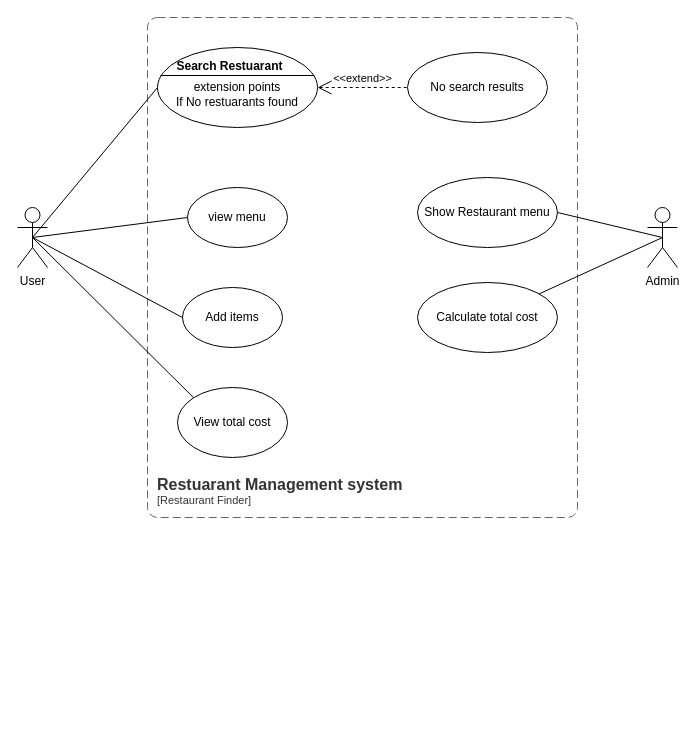
Before: Copy of UseCaseDiagram.drawio in upgrad-edu/Courses, a draw.io diagram. Source tidied: cells renumbered, new cells numbered last; positions are measured from the earlier drawing's top-left corner, leaving out a move shared by most shapes. Both pictures are drawn from the tidied source at 100%, with x=0, y=0 at pixel (17, 17).
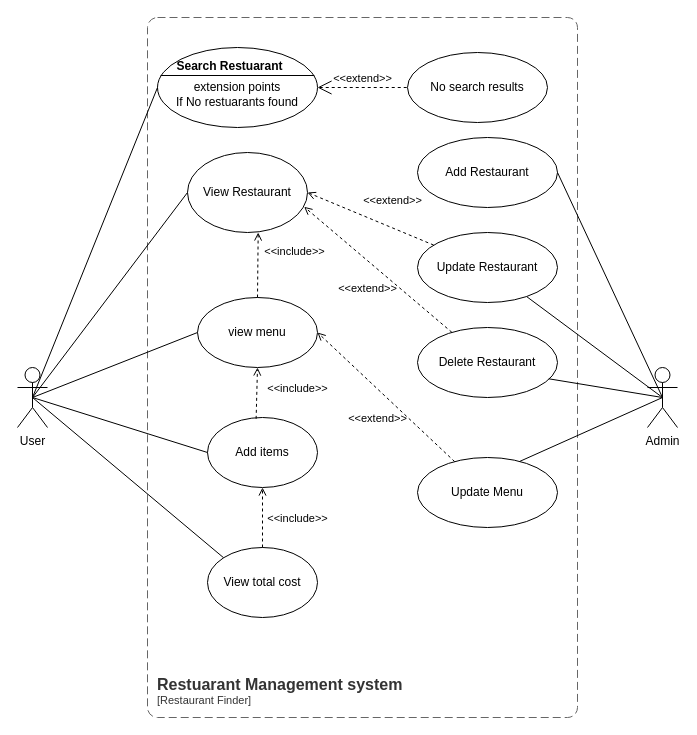
After the change.

Diff of the diagram source:
```diff
@@
     <mxCell id="2" value="User" style="shape=umlActor;html=1;verticalLabelPosition=bottom;verticalAlign=top;align=center;" parent="1" vertex="1">
-      <mxGeometry y="190" width="30" height="60" as="geometry" />
+      <mxGeometry y="350" width="30" height="60" as="geometry" />
     </mxCell>
     <mxCell id="3" value="view menu" style="ellipse;whiteSpace=wrap;html=1;" parent="1" vertex="1">
-      <mxGeometry x="170" y="170" width="100" height="60" as="geometry" />
+      <mxGeometry x="180" y="280" width="120" height="70" as="geometry" />
     </mxCell>
     <mxCell id="4" value="Add items" style="ellipse;whiteSpace=wrap;html=1;" parent="1" vertex="1">
-      <mxGeometry x="165" y="270" width="100" height="60" as="geometry" />
+      <mxGeometry x="190" y="400" width="110" height="70" as="geometry" />
     </mxCell>
-    <mxCell id="5" value="Calculate total cost" style="ellipse;whiteSpace=wrap;html=1;" parent="1" vertex="1">
-      <mxGeometry x="400" y="265" width="140" height="70" as="geometry" />
+    <mxCell id="5" value="Update Restaurant" style="ellipse;whiteSpace=wrap;html=1;" parent="1" vertex="1">
+      <mxGeometry x="400" y="215" width="140" height="70" as="geometry" />
     </mxCell>
     <mxCell id="6" value="View total cost" style="ellipse;whiteSpace=wrap;html=1;" parent="1" vertex="1">
-      <mxGeometry x="160" y="370" width="110" height="70" as="geometry" />
+      <mxGeometry x="190" y="530" width="110" height="70" as="geometry" />
     </mxCell>
     <mxCell id="7" value="Admin" style="shape=umlActor;html=1;verticalLabelPosition=bottom;verticalAlign=top;align=center;" parent="1" vertex="1">
-      <mxGeometry x="630" y="190" width="30" height="60" as="geometry" />
+      <mxGeometry x="630" y="350" width="30" height="60" as="geometry" />
     </mxCell>
-    <mxCell id="8" value="Show Restaurant menu" style="ellipse;whiteSpace=wrap;html=1;" parent="1" vertex="1">
-      <mxGeometry x="400" y="160" width="140" height="70" as="geometry" />
+    <mxCell id="8" value="Add Restaurant" style="ellipse;whiteSpace=wrap;html=1;" parent="1" vertex="1">
+      <mxGeometry x="400" y="120" width="140" height="70" as="geometry" />
     </mxCell>
@@
     <object id="13" label="&lt;font style=&quot;font-size: 16px&quot;&gt;&lt;b&gt;&lt;div style=&quot;text-align: left&quot;&gt;%c4Name%&lt;/div&gt;&lt;/b&gt;&lt;/font&gt;&lt;div style=&quot;text-align: left&quot;&gt;[%c4Application%]&lt;/div&gt;" c4Application="Restaurant Finder" c4Name="Restuarant Management system" placeholders="1">
       <mxCell style="rounded=1;fontSize=11;whiteSpace=wrap;html=1;dashed=1;arcSize=20;fillColor=none;strokeColor=#666666;fontColor=#333333;labelBackgroundColor=none;align=left;verticalAlign=bottom;labelBorderColor=none;spacingTop=0;spacing=10;dashPattern=8 4;perimeter=rectanglePerimeter;noLabel=0;labelPadding=0;absoluteArcSize=1;" parent="1" vertex="1">
-        <mxGeometry x="130" width="430" height="500" as="geometry" />
+        <mxGeometry x="130" width="430" height="700" as="geometry" />
       </mxCell>
     </object>
@@
+    <mxCell id="20" value="View Restaurant" style="ellipse;whiteSpace=wrap;html=1;" parent="1" vertex="1">
+      <mxGeometry x="170" y="135" width="120" height="80" as="geometry" />
+    </mxCell>
+    <mxCell id="21" style="edgeStyle=none;html=1;endArrow=none;verticalAlign=bottom;rounded=0;exitX=0.5;exitY=0.5;exitDx=0;exitDy=0;exitPerimeter=0;entryX=0;entryY=0.5;entryDx=0;entryDy=0;" parent="1" edge="1" source="2" target="20">
+      <mxGeometry relative="1" as="geometry" />
+    </mxCell>
+    <mxCell id="22" value="Delete Restaurant" style="ellipse;whiteSpace=wrap;html=1;" parent="1" vertex="1">
+      <mxGeometry x="400" y="310" width="140" height="70" as="geometry" />
+    </mxCell>
+    <mxCell id="23" value="Update Menu" style="ellipse;whiteSpace=wrap;html=1;" parent="1" vertex="1">
+      <mxGeometry x="400" y="440" width="140" height="70" as="geometry" />
+    </mxCell>
+    <mxCell id="24" style="edgeStyle=none;html=1;endArrow=none;verticalAlign=bottom;rounded=0;entryX=0.5;entryY=0.5;entryDx=0;entryDy=0;entryPerimeter=0;exitX=0.938;exitY=0.733;exitDx=0;exitDy=0;exitPerimeter=0;" parent="1" edge="1" source="22" target="7">
+      <mxGeometry relative="1" as="geometry" />
+    </mxCell>
+    <mxCell id="25" style="edgeStyle=none;html=1;endArrow=none;verticalAlign=bottom;rounded=0;entryX=0.5;entryY=0.5;entryDx=0;entryDy=0;entryPerimeter=0;exitX=0.729;exitY=0.057;exitDx=0;exitDy=0;exitPerimeter=0;" parent="1" edge="1" source="23" target="7">
+      <mxGeometry relative="1" as="geometry" />
+    </mxCell>
+    <mxCell id="26" value="&amp;lt;&amp;lt;include&amp;gt;&amp;gt;" style="html=1;verticalAlign=bottom;labelBackgroundColor=none;endArrow=open;endFill=0;dashed=1;rounded=0;exitX=0.5;exitY=0;exitDx=0;exitDy=0;entryX=0.589;entryY=1;entryDx=0;entryDy=0;entryPerimeter=0;" parent="1" edge="1" source="3" target="20">
+      <mxGeometry x="0.15" y="-37" relative="1" as="geometry" />
+    </mxCell>
+    <mxCell id="27" value="&amp;lt;&amp;lt;include&amp;gt;&amp;gt;" style="html=1;verticalAlign=bottom;labelBackgroundColor=none;endArrow=open;endFill=0;dashed=1;rounded=0;exitX=0.442;exitY=0.019;exitDx=0;exitDy=0;exitPerimeter=0;entryX=0.5;entryY=1;entryDx=0;entryDy=0;" parent="1" edge="1" source="4" target="3">
+      <mxGeometry x="-0.13" y="-41" relative="1" as="geometry" />
+    </mxCell>
+    <mxCell id="28" value="&amp;lt;&amp;lt;include&amp;gt;&amp;gt;" style="html=1;verticalAlign=bottom;labelBackgroundColor=none;endArrow=open;endFill=0;dashed=1;rounded=0;exitX=0.5;exitY=0;exitDx=0;exitDy=0;entryX=0.5;entryY=1;entryDx=0;entryDy=0;" parent="1" edge="1" source="6" target="4">
+      <mxGeometry x="-0.33" y="-35" relative="1" as="geometry" />
+    </mxCell>
+    <mxCell id="29" value="&amp;lt;&amp;lt;extend&amp;gt;&amp;gt;" style="html=1;verticalAlign=bottom;labelBackgroundColor=none;endArrow=open;endFill=0;dashed=1;rounded=0;entryX=1;entryY=0.5;entryDx=0;entryDy=0;" parent="1" edge="1" source="5" target="20">
+      <mxGeometry x="-0.24" y="-17" relative="1" as="geometry" />
+    </mxCell>
+    <mxCell id="30" value="&amp;lt;&amp;lt;extend&amp;gt;&amp;gt;" style="html=1;verticalAlign=bottom;labelBackgroundColor=none;endArrow=open;endFill=0;dashed=1;rounded=0;entryX=0.972;entryY=0.679;entryDx=0;entryDy=0;entryPerimeter=0;" parent="1" edge="1" source="22" target="20">
+      <mxGeometry x="-0.1" y="28" relative="1" as="geometry" />
+    </mxCell>
+    <mxCell id="31" value="&amp;lt;&amp;lt;extend&amp;gt;&amp;gt;" style="html=1;verticalAlign=bottom;labelBackgroundColor=none;endArrow=open;endFill=0;dashed=1;rounded=0;entryX=1;entryY=0.5;entryDx=0;entryDy=0;" parent="1" edge="1" source="23" target="3">
+      <mxGeometry x="-0.16" y="28" relative="1" as="geometry" />
+    </mxCell>
```
